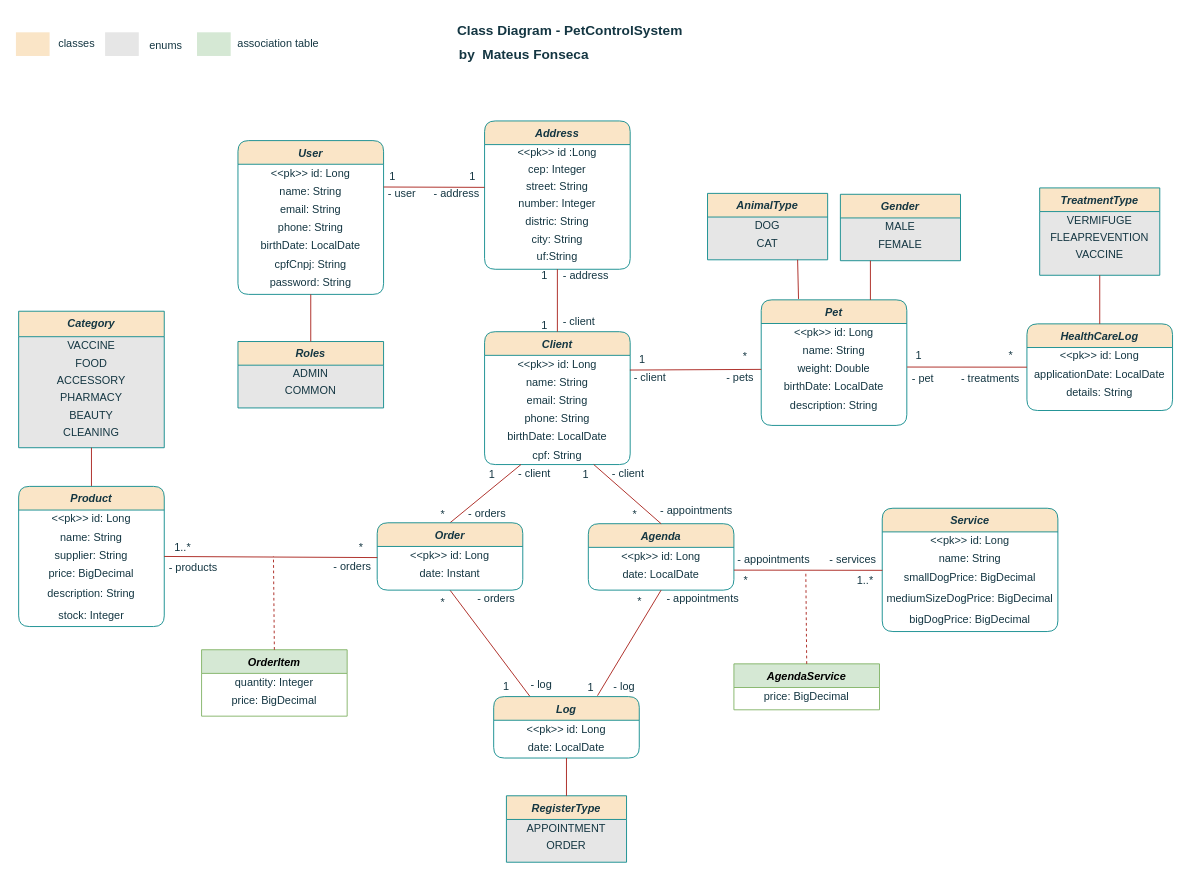
mateusf-prog/petcontrol-system keeps this draw.io diagram as diagrams/class-diagram.drawio. Above is the earlier version. Source tidied: cells renumbered, new cells numbered last; positions are measured from the earlier drawing's top-left corner, leaving out a move shared by most shapes. Both pictures are drawn from the tidied source at 91%, with x=0, y=0 at pixel (15, 15).
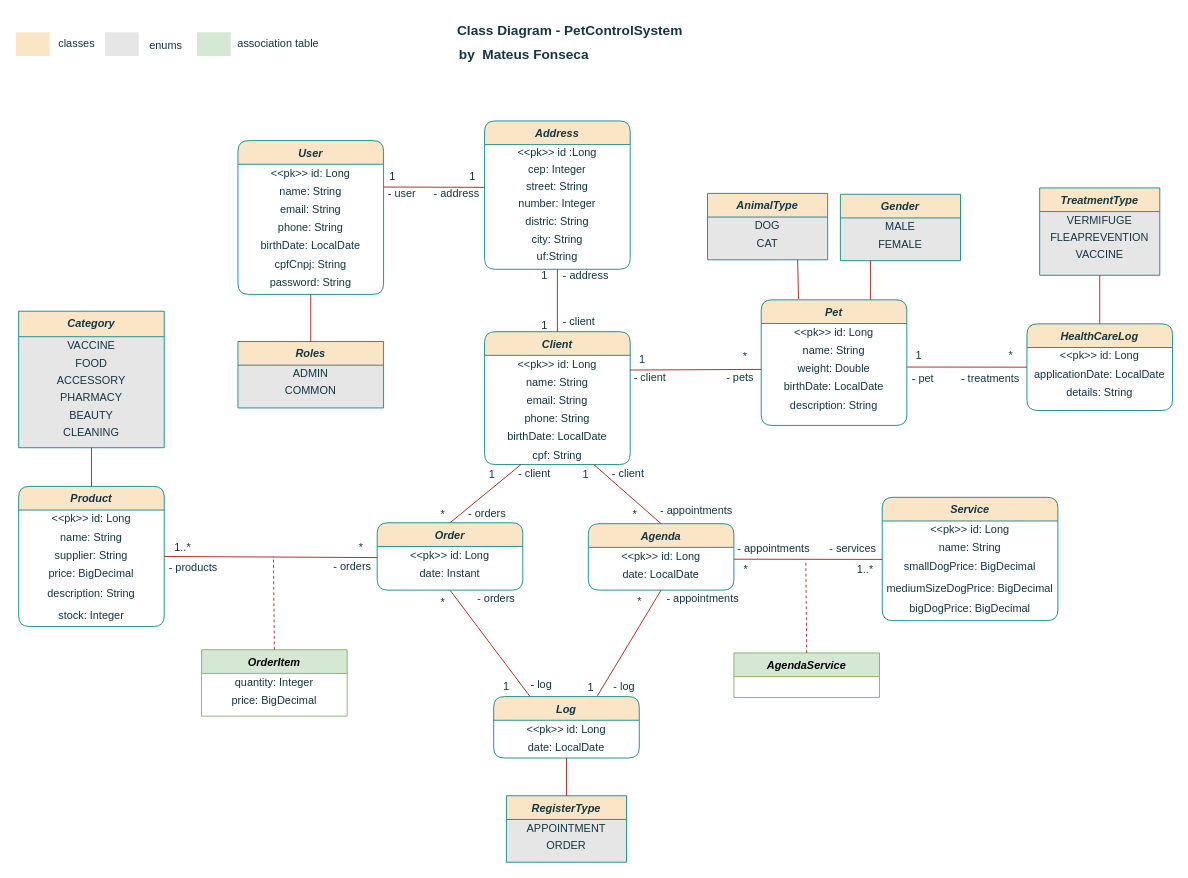
The same diagram, later.

Commit message (it also covers changes not shown here):
deleted Log class and RegisterType enum because them would be not used

Unchanged cells that the change refers to:
```xml
<mxCell id="4" value="date: LocalDate" style="text;html=1;align=center;verticalAlign=middle;whiteSpace=wrap;rounded=1;labelBackgroundColor=none;fontColor=#143642;" parent="2" vertex="1">
  <mxGeometry y="46" width="160" height="20" as="geometry" />
</mxCell>
<mxCell id="29" value="smallDogPrice: BigDecimal" style="text;html=1;align=center;verticalAlign=middle;whiteSpace=wrap;rounded=1;labelBackgroundColor=none;fontColor=#143642;" parent="26" vertex="1">
  <mxGeometry y="66" width="193" height="20" as="geometry" />
</mxCell>
```

Change to the diagram source:
```diff
@@
     <mxCell id="26" value="Service" style="swimlane;fontStyle=3;align=center;verticalAlign=top;horizontal=1;startSize=26;rounded=1;shadow=0;strokeWidth=1;labelBackgroundColor=none;fillColor=#FAE5C7;strokeColor=#0F8B8D;fontColor=#143642;" parent="1" vertex="1">
-      <mxGeometry x="952" y="541" width="193" height="135.5" as="geometry" />
+      <mxGeometry x="952" y="529" width="193" height="135.5" as="geometry" />
     </mxCell>
@@
-    <mxCell id="32" style="endArrow=none;html=1;rounded=1;exitX=1;exitY=0.25;exitDx=0;exitDy=0;labelBackgroundColor=none;fontColor=default;strokeColor=#A8201A;entryX=0.001;entryY=0.112;entryDx=0;entryDy=0;entryPerimeter=0;" parent="1" edge="1" source="4" target="29">
-      <mxGeometry relative="1" as="geometry" />
+    <mxCell id="32" style="endArrow=none;html=1;rounded=1;exitX=1;exitY=0.25;exitDx=0;exitDy=0;labelBackgroundColor=none;fontColor=default;strokeColor=#A8201A;entryX=0.001;entryY=0.112;entryDx=0;entryDy=0;entryPerimeter=0;" parent="1" edge="1" target="29">
+      <mxGeometry relative="1" as="geometry">
+        <mxPoint x="789" y="597" as="sourcePoint" />
+      </mxGeometry>
     </mxCell>
@@
     <mxCell id="95" value="- services" style="text;html=1;align=center;verticalAlign=middle;whiteSpace=wrap;rounded=1;labelBackgroundColor=none;fontColor=#143642;" parent="1" vertex="1">
-      <mxGeometry x="891" y="582" width="58" height="31" as="geometry" />
+      <mxGeometry x="891" y="570" width="58" height="31" as="geometry" />
     </mxCell>
     <mxCell id="96" value="- appointments " style="text;html=1;align=center;verticalAlign=middle;whiteSpace=wrap;rounded=1;labelBackgroundColor=none;fontColor=#143642;" parent="1" vertex="1">
-      <mxGeometry x="785" y="582" width="96" height="31" as="geometry" />
+      <mxGeometry x="785" y="570" width="96" height="31" as="geometry" />
     </mxCell>
     <mxCell id="97" value="1..*" style="text;html=1;align=center;verticalAlign=middle;whiteSpace=wrap;rounded=1;labelBackgroundColor=none;fontColor=#143642;" parent="1" vertex="1">
-      <mxGeometry x="916" y="610" width="35" height="21" as="geometry" />
+      <mxGeometry x="916" y="598" width="35" height="21" as="geometry" />
     </mxCell>
     <mxCell id="98" value="*" style="text;html=1;align=center;verticalAlign=middle;whiteSpace=wrap;rounded=1;labelBackgroundColor=none;fontColor=#143642;" parent="1" vertex="1">
-      <mxGeometry x="785" y="610" width="35" height="21" as="geometry" />
+      <mxGeometry x="785" y="598" width="35" height="21" as="geometry" />
     </mxCell>
@@
     <mxCell id="100" value="AgendaService" style="swimlane;fontStyle=3;align=center;verticalAlign=top;horizontal=1;startSize=26;rounded=0;shadow=0;strokeWidth=1;labelBackgroundColor=none;fillColor=#d5e8d4;strokeColor=#82b366;" parent="1" vertex="1">
-      <mxGeometry x="789" y="712" width="160" height="50.5" as="geometry" />
+      <mxGeometry x="789" y="700" width="160" height="49" as="geometry" />
     </mxCell>
-    <mxCell id="101" value="price: BigDecimal" style="text;html=1;align=center;verticalAlign=middle;whiteSpace=wrap;rounded=1;labelBackgroundColor=none;fontColor=#143642;" parent="100" vertex="1">
-      <mxGeometry y="26" width="160" height="20" as="geometry" />
-    </mxCell>
     <mxCell id="102" style="endArrow=none;dashed=1;html=1;rounded=1;exitX=0.5;exitY=0;exitDx=0;exitDy=0;labelBackgroundColor=none;fontColor=default;strokeColor=#A8201A;" parent="1" edge="1" source="100">
       <mxGeometry relative="1" as="geometry">
-        <mxPoint x="868" y="610" as="targetPoint" />
+        <mxPoint x="868" y="598" as="targetPoint" />
       </mxGeometry>
     </mxCell>
```
